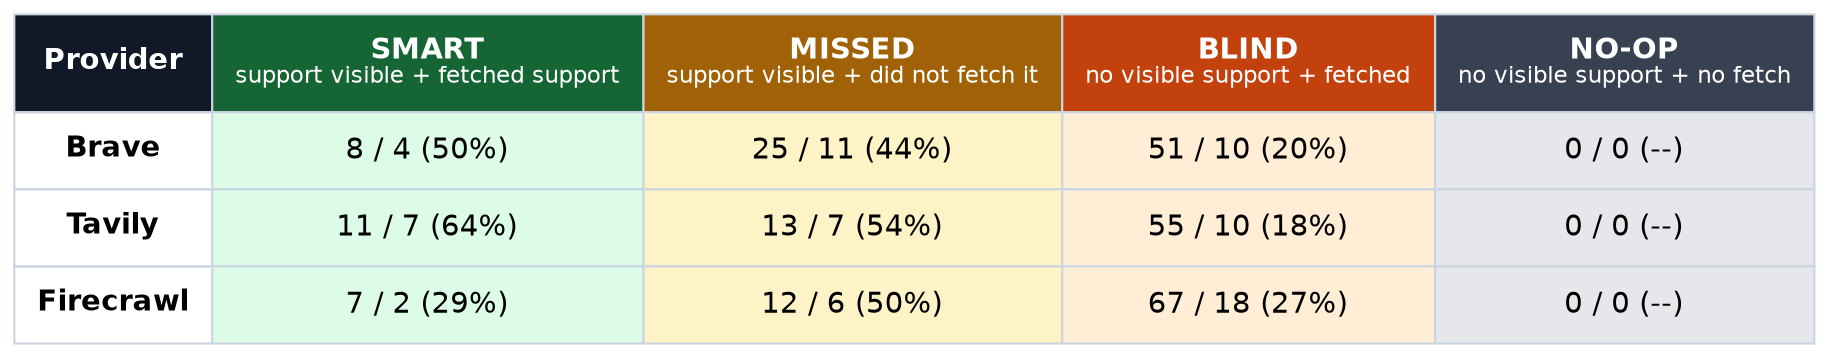
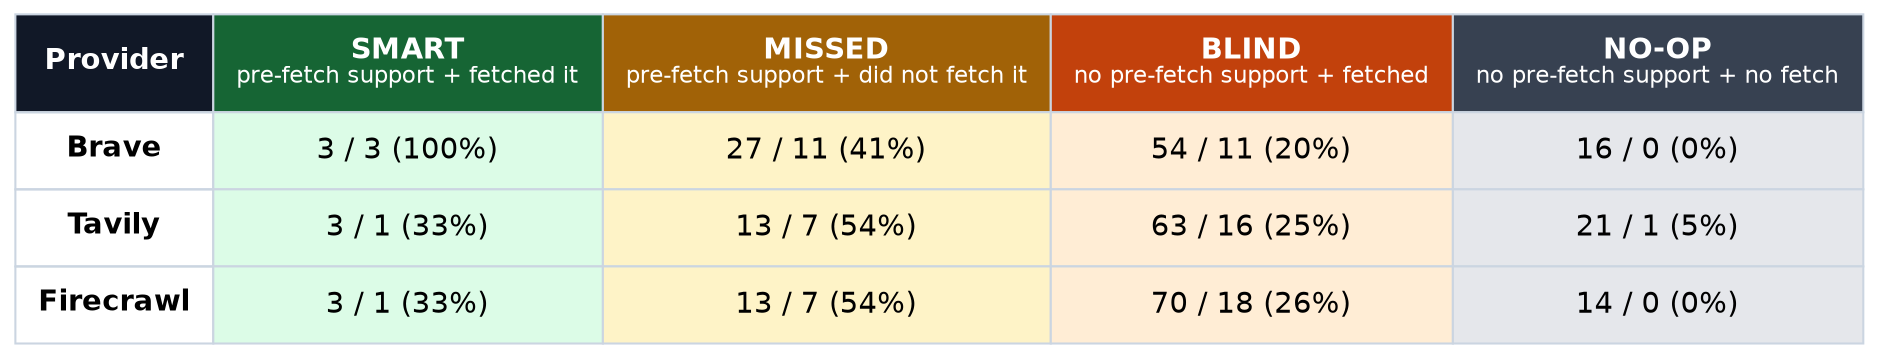
digraph G {
  graph [rankdir=TB, bgcolor="white", margin=0.04, fontname="Helvetica"];
  node [shape=plain, fontname="Helvetica"];
  part [label=<
  <TABLE BORDER="0" CELLBORDER="1" CELLSPACING="0" CELLPADDING="10" COLOR="#CBD5E1">
-     <TR><TD BGCOLOR="#111827"><FONT COLOR="white"><B>Provider</B></FONT></TD><TD BGCOLOR="#166534"><FONT COLOR="white"><B>SMART</B><BR/><FONT POINT-SIZE="11">support visible + fetched support</FONT></FONT></TD><TD BGCOLOR="#A16207"><FONT COLOR="white"><B>MISSED</B><BR/><FONT POINT-SIZE="11">support visible + did not fetch it</FONT></FONT></TD><TD BGCOLOR="#C2410C"><FONT COLOR="white"><B>BLIND</B><BR/><FONT POINT-SIZE="11">no visible support + fetched</FONT></FONT></TD><TD BGCOLOR="#374151"><FONT COLOR="white"><B>NO-OP</B><BR/><FONT POINT-SIZE="11">no visible support + no fetch</FONT></FONT></TD></TR>
-     <TR><TD><B>Brave</B></TD><TD BGCOLOR="#DCFCE7">8 / 4 (50%)</TD><TD BGCOLOR="#FEF3C7">25 / 11 (44%)</TD><TD BGCOLOR="#FFEDD5">51 / 10 (20%)</TD><TD BGCOLOR="#E5E7EB">0 / 0 (--)</TD></TR><TR><TD><B>Tavily</B></TD><TD BGCOLOR="#DCFCE7">11 / 7 (64%)</TD><TD BGCOLOR="#FEF3C7">13 / 7 (54%)</TD><TD BGCOLOR="#FFEDD5">55 / 10 (18%)</TD><TD BGCOLOR="#E5E7EB">0 / 0 (--)</TD></TR><TR><TD><B>Firecrawl</B></TD><TD BGCOLOR="#DCFCE7">7 / 2 (29%)</TD><TD BGCOLOR="#FEF3C7">12 / 6 (50%)</TD><TD BGCOLOR="#FFEDD5">67 / 18 (27%)</TD><TD BGCOLOR="#E5E7EB">0 / 0 (--)</TD></TR>
+     <TR><TD BGCOLOR="#111827"><FONT COLOR="white"><B>Provider</B></FONT></TD><TD BGCOLOR="#166534"><FONT COLOR="white"><B>SMART</B><BR/><FONT POINT-SIZE="11">pre-fetch support + fetched it</FONT></FONT></TD><TD BGCOLOR="#A16207"><FONT COLOR="white"><B>MISSED</B><BR/><FONT POINT-SIZE="11">pre-fetch support + did not fetch it</FONT></FONT></TD><TD BGCOLOR="#C2410C"><FONT COLOR="white"><B>BLIND</B><BR/><FONT POINT-SIZE="11">no pre-fetch support + fetched</FONT></FONT></TD><TD BGCOLOR="#374151"><FONT COLOR="white"><B>NO-OP</B><BR/><FONT POINT-SIZE="11">no pre-fetch support + no fetch</FONT></FONT></TD></TR>
+     <TR><TD><B>Brave</B></TD><TD BGCOLOR="#DCFCE7">3 / 3 (100%)</TD><TD BGCOLOR="#FEF3C7">27 / 11 (41%)</TD><TD BGCOLOR="#FFEDD5">54 / 11 (20%)</TD><TD BGCOLOR="#E5E7EB">16 / 0 (0%)</TD></TR><TR><TD><B>Tavily</B></TD><TD BGCOLOR="#DCFCE7">3 / 1 (33%)</TD><TD BGCOLOR="#FEF3C7">13 / 7 (54%)</TD><TD BGCOLOR="#FFEDD5">63 / 16 (25%)</TD><TD BGCOLOR="#E5E7EB">21 / 1 (5%)</TD></TR><TR><TD><B>Firecrawl</B></TD><TD BGCOLOR="#DCFCE7">3 / 1 (33%)</TD><TD BGCOLOR="#FEF3C7">13 / 7 (54%)</TD><TD BGCOLOR="#FFEDD5">70 / 18 (26%)</TD><TD BGCOLOR="#E5E7EB">14 / 0 (0%)</TD></TR>
  </TABLE>>];
}
